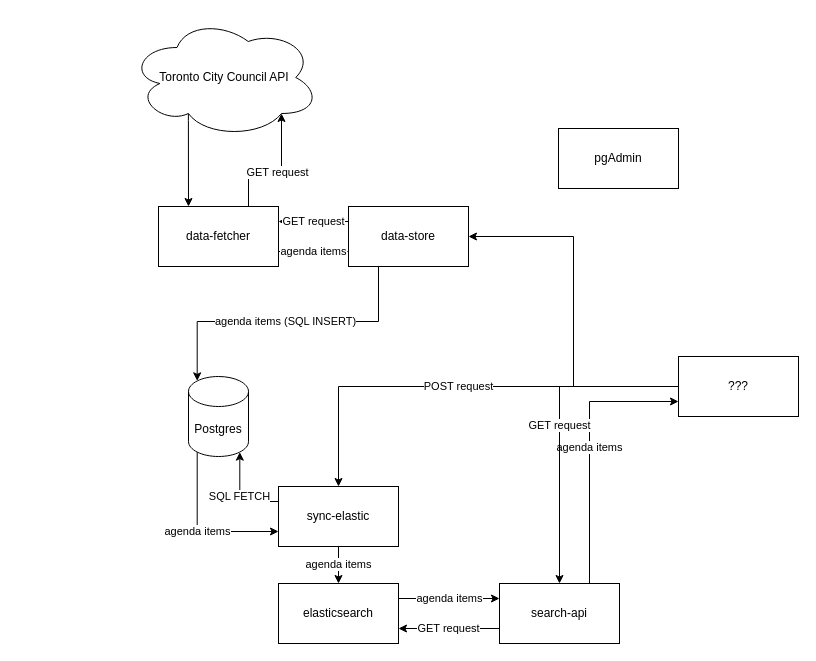
Before: Civic Dashboard.drawio in Citizen-Dashboard/citizen-dashboard, a draw.io diagram. Source tidied: cells renumbered, new cells numbered last; positions are measured from the earlier drawing's top-left corner, leaving out a move shared by most shapes. Both pictures are drawn from the tidied source at 100%, with x=0, y=0 at pixel (129, 17).
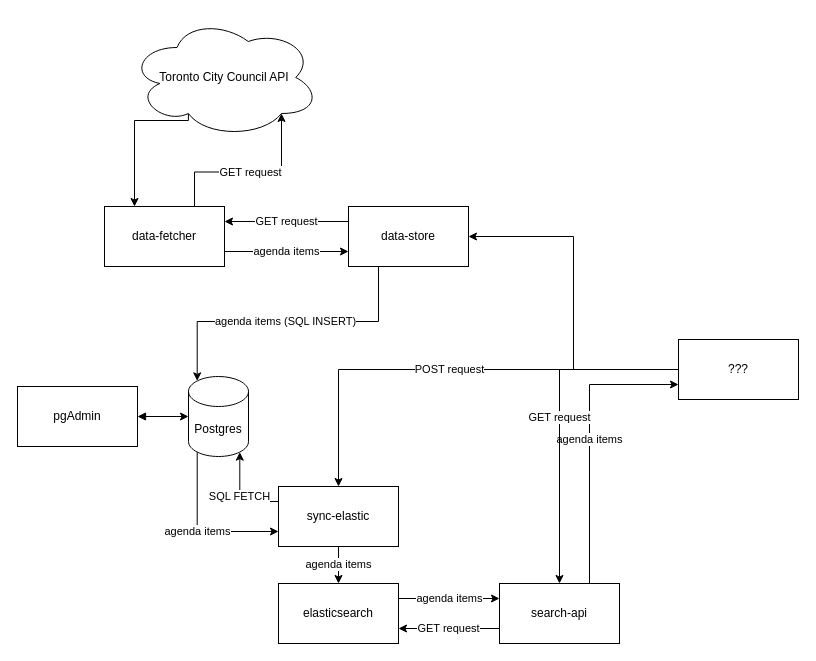
The same diagram, later.

Unchanged cells that the change refers to:
```xml
<mxCell id="13" value="Postgres" style="shape=cylinder3;whiteSpace=wrap;html=1;boundedLbl=1;backgroundOutline=1;size=15;" parent="1" vertex="1">
  <mxGeometry x="59" y="359" width="60" height="80" as="geometry" />
</mxCell>
```

The edit, as a diff of the source:
```diff
@@
     <mxCell id="5" value="data-fetcher" style="rounded=0;whiteSpace=wrap;html=1;" parent="1" vertex="1">
-      <mxGeometry x="29" y="189" width="120" height="60" as="geometry" />
+      <mxGeometry x="-25" y="189" width="120" height="60" as="geometry" />
     </mxCell>
@@
+    <mxCell id="25" style="edgeStyle=orthogonalEdgeStyle;rounded=0;jettySize=auto;html=1;exitX=1;exitY=0.5;exitDx=0;exitDy=0;startArrow=block;startFill=1;" parent="1" edge="1" source="11" target="13">
+      <mxGeometry relative="1" as="geometry" />
+    </mxCell>
     <mxCell id="11" value="pgAdmin" style="rounded=0;whiteSpace=wrap;html=1;" parent="1" vertex="1">
-      <mxGeometry x="429" y="111" width="120" height="60" as="geometry" />
+      <mxGeometry x="-112" y="369" width="120" height="60" as="geometry" />
     </mxCell>
@@
     <mxCell id="20" value="???" style="rounded=0;whiteSpace=wrap;html=1;" parent="1" vertex="1">
-      <mxGeometry x="549" y="339" width="120" height="60" as="geometry" />
+      <mxGeometry x="549" y="322" width="120" height="60" as="geometry" />
     </mxCell>
```
